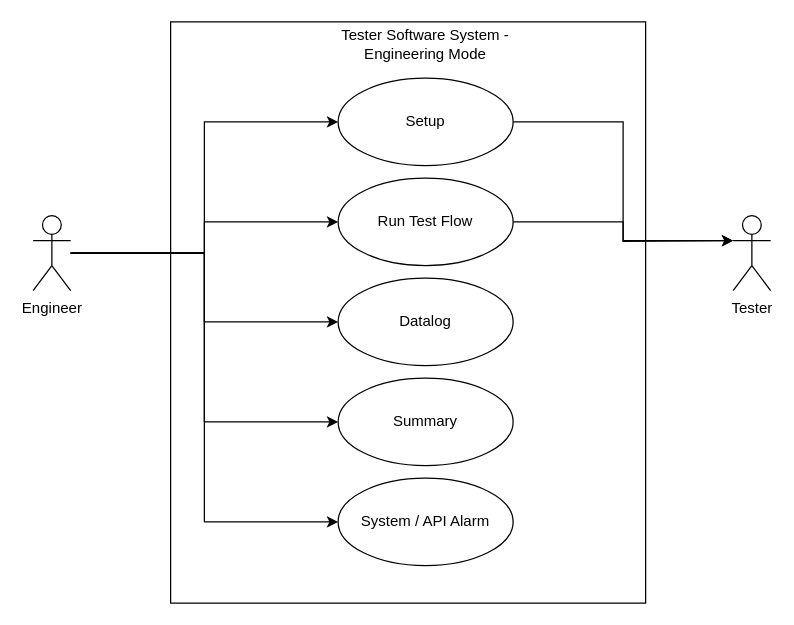
The draw.io diagram page "Engineering Mode" (15 of 18) of SG9KG5/UI Design/Use Case.drawio in Jasson-Chou/Software-Projects, before the edit. Source tidied: cells renumbered, new cells numbered last; positions are measured from the earlier drawing's top-left corner, leaving out a move shared by most shapes. Both pictures are drawn from the tidied source at 125%, with x=0, y=0 at pixel (32, 21).
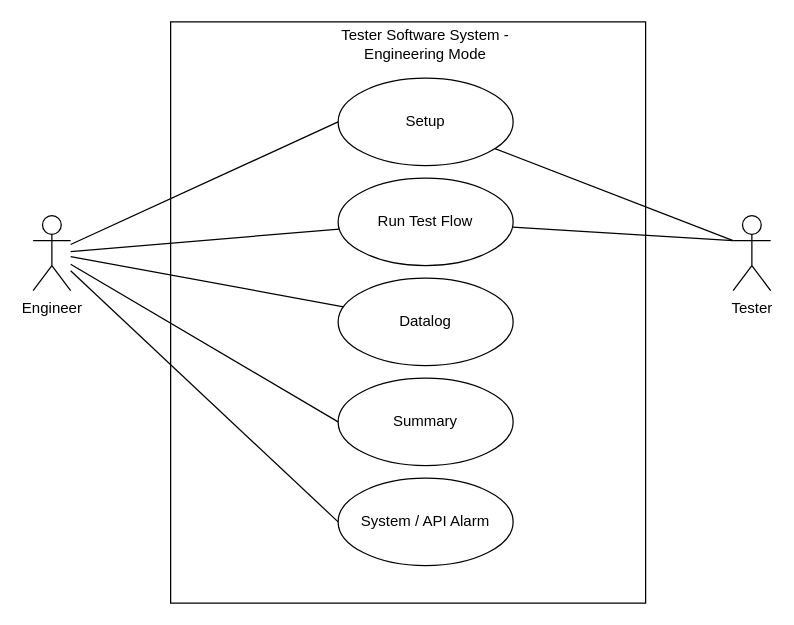
The same page after the edit.

What changed in the source:
```diff
@@
 <mxGraphModel>
   <root>
     <mxCell id="0" />
     <mxCell id="1" parent="0" />
     <mxCell id="2" value="Engineer" style="shape=umlActor;verticalLabelPosition=bottom;verticalAlign=top;html=1;" parent="1" vertex="1">
       <mxGeometry y="155" width="30" height="60" as="geometry" />
     </mxCell>
     <mxCell id="3" style="rounded=0;whiteSpace=wrap;html=1;" parent="1" vertex="1">
       <mxGeometry x="110" width="380" height="465" as="geometry" />
     </mxCell>
     <mxCell id="4" value="Tester Software System - Engineering Mode" style="text;html=1;strokeColor=none;fillColor=none;align=center;verticalAlign=middle;whiteSpace=wrap;rounded=0;" parent="1" vertex="1">
       <mxGeometry x="229" y="8" width="170" height="20" as="geometry" />
     </mxCell>
-    <mxCell id="5" style="edgeStyle=orthogonalEdgeStyle;rounded=0;jettySize=auto;html=1;entryX=0;entryY=0.3333333333333333;entryDx=0;entryDy=0;entryPerimeter=0;" parent="1" edge="1" source="6" target="14">
+    <mxCell id="5" style="rounded=0;jettySize=auto;html=1;entryX=0;entryY=0.3333333333333333;entryDx=0;entryDy=0;entryPerimeter=0;endArrow=none;endFill=0;" parent="1" edge="1" source="6" target="14">
       <mxGeometry relative="1" as="geometry" />
     </mxCell>
     <mxCell id="6" value="Setup" style="ellipse;whiteSpace=wrap;html=1;" parent="1" vertex="1">
       <mxGeometry x="244" y="45" width="140" height="70" as="geometry" />
     </mxCell>
-    <mxCell id="7" style="edgeStyle=orthogonalEdgeStyle;rounded=0;jettySize=auto;html=1;" parent="1" edge="1" source="8">
+    <mxCell id="7" style="rounded=0;jettySize=auto;html=1;endArrow=none;endFill=0;" parent="1" edge="1" source="8">
       <mxGeometry relative="1" as="geometry">
         <mxPoint x="560" y="175" as="targetPoint" />
       </mxGeometry>
     </mxCell>
     <mxCell id="8" value="Run Test Flow" style="ellipse;whiteSpace=wrap;html=1;" parent="1" vertex="1">
       <mxGeometry x="244" y="125" width="140" height="70" as="geometry" />
     </mxCell>
     <mxCell id="9" value="Datalog" style="ellipse;whiteSpace=wrap;html=1;" parent="1" vertex="1">
       <mxGeometry x="244" y="205" width="140" height="70" as="geometry" />
     </mxCell>
     <mxCell id="10" value="Summary" style="ellipse;whiteSpace=wrap;html=1;" parent="1" vertex="1">
       <mxGeometry x="244" y="285" width="140" height="70" as="geometry" />
     </mxCell>
-    <mxCell id="11" style="edgeStyle=orthogonalEdgeStyle;rounded=0;jettySize=auto;html=1;entryX=0;entryY=0.5;entryDx=0;entryDy=0;" parent="1" edge="1" source="2" target="6">
+    <mxCell id="11" style="rounded=0;jettySize=auto;html=1;entryX=0;entryY=0.5;entryDx=0;entryDy=0;endArrow=none;endFill=0;" parent="1" edge="1" source="2" target="6">
       <mxGeometry relative="1" as="geometry" />
     </mxCell>
-    <mxCell id="12" style="edgeStyle=orthogonalEdgeStyle;rounded=0;jettySize=auto;html=1;" parent="1" edge="1" source="2" target="8">
+    <mxCell id="12" style="rounded=0;jettySize=auto;html=1;endArrow=none;endFill=0;" parent="1" edge="1" source="2" target="8">
       <mxGeometry relative="1" as="geometry" />
     </mxCell>
-    <mxCell id="13" style="edgeStyle=orthogonalEdgeStyle;rounded=0;jettySize=auto;html=1;" parent="1" edge="1" source="2" target="9">
+    <mxCell id="13" style="rounded=0;jettySize=auto;html=1;endArrow=none;endFill=0;" parent="1" edge="1" source="2" target="9">
       <mxGeometry relative="1" as="geometry" />
     </mxCell>
     <mxCell id="14" value="Tester" style="shape=umlActor;verticalLabelPosition=bottom;verticalAlign=top;html=1;" parent="1" vertex="1">
       <mxGeometry x="560" y="155" width="30" height="60" as="geometry" />
     </mxCell>
     <mxCell id="15" value="System / API Alarm" style="ellipse;whiteSpace=wrap;html=1;" parent="1" vertex="1">
       <mxGeometry x="244" y="365" width="140" height="70" as="geometry" />
     </mxCell>
-    <mxCell id="16" style="edgeStyle=orthogonalEdgeStyle;rounded=0;jettySize=auto;html=1;entryX=0;entryY=0.5;entryDx=0;entryDy=0;" parent="1" edge="1" source="2" target="10">
+    <mxCell id="16" style="rounded=0;jettySize=auto;html=1;entryX=0;entryY=0.5;entryDx=0;entryDy=0;endArrow=none;endFill=0;" parent="1" edge="1" source="2" target="10">
       <mxGeometry relative="1" as="geometry" />
     </mxCell>
-    <mxCell id="17" style="edgeStyle=orthogonalEdgeStyle;rounded=0;jettySize=auto;html=1;entryX=0;entryY=0.5;entryDx=0;entryDy=0;" parent="1" edge="1" source="2" target="15">
+    <mxCell id="17" style="rounded=0;jettySize=auto;html=1;entryX=0;entryY=0.5;entryDx=0;entryDy=0;endArrow=none;endFill=0;" parent="1" edge="1" source="2" target="15">
       <mxGeometry relative="1" as="geometry" />
     </mxCell>
   </root>
 </mxGraphModel>
```
